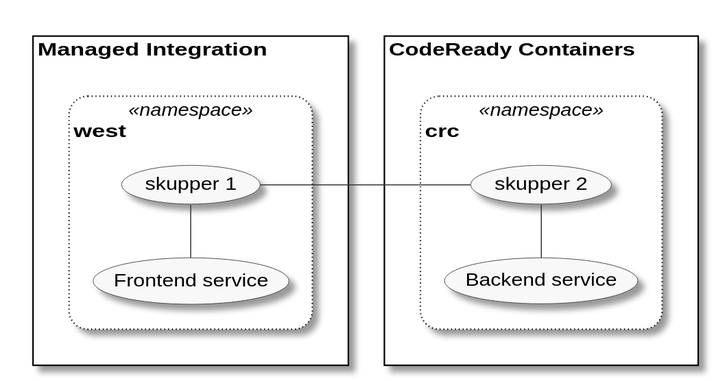
The PlantUML diagram docs/skupper/_images/Overview.svg in pwright/skupper-solution-pattern, before a commit.
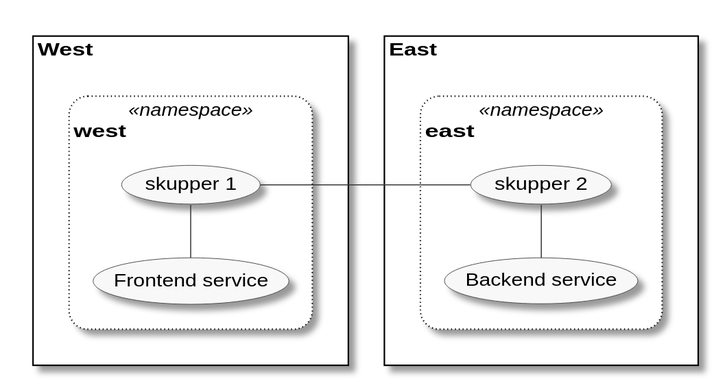
Above is the later version.

The edit, as a diff of the source:
```diff
@@ -14,15 +14,15 @@
   roundCorner<<namespace>> 25
 }
 
-rectangle "Managed Integration" {
+rectangle "West" {
   rectangle "west" <<namespace>>  {
 
   (Frontend service)
   (skupper 1)
     }
 }
-rectangle "CodeReady Containers" {
-  rectangle "crc" <<namespace>>{
+rectangle "East" {
+  rectangle "east" <<namespace>>{
 
   (Backend service)
   (skupper 2)
```
